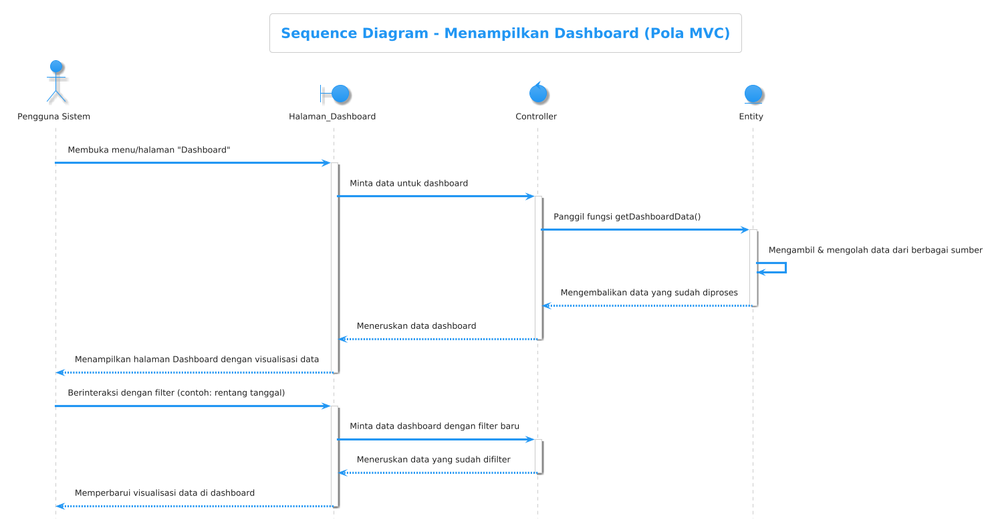
This is sequence/Dashboard/dashboard.png from Mrmgnt/diagram-kp, a PlantUML export, as it was before one commit.
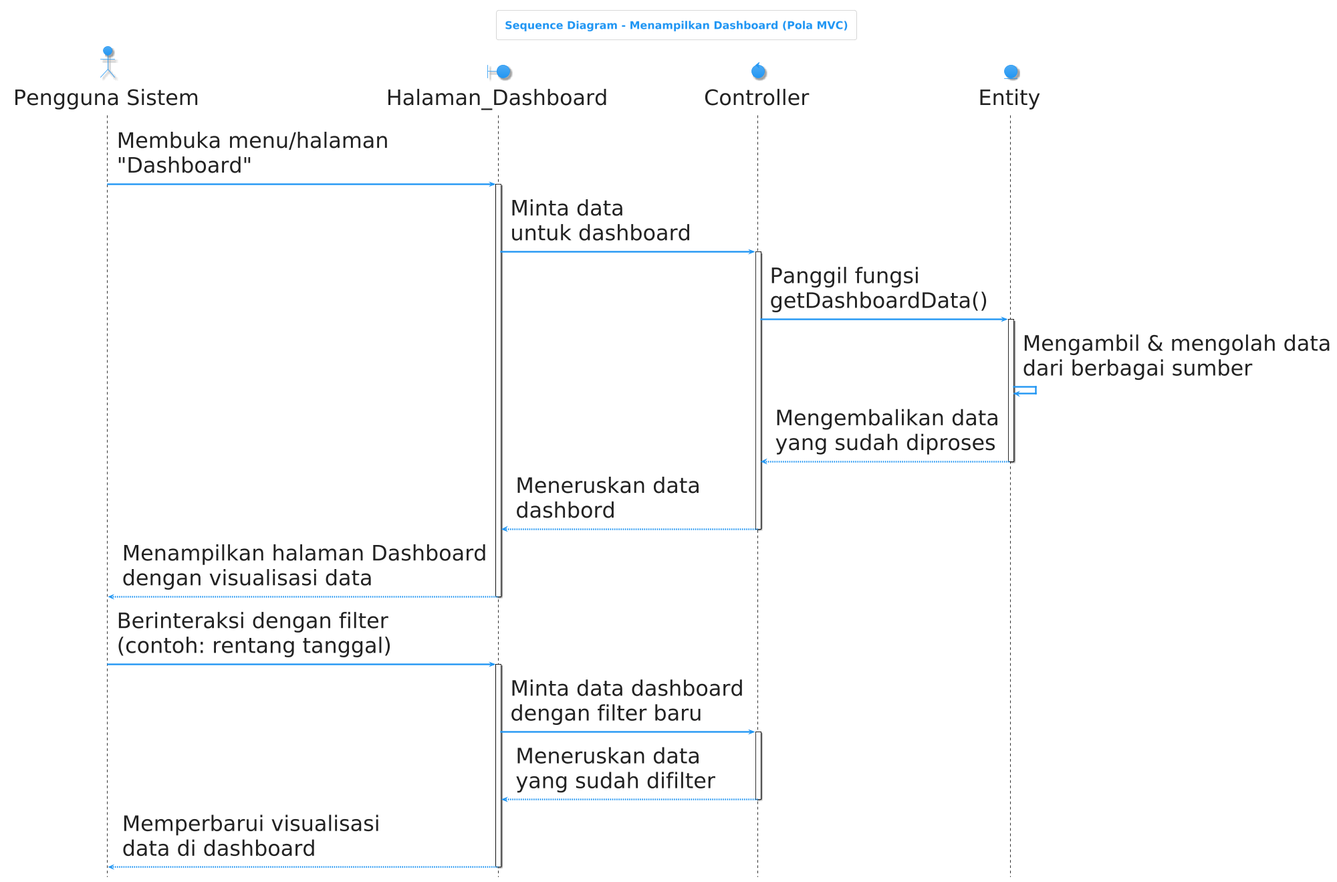
The same file after the commit.

What changed in the source:
```diff
@@ -1,5 +1,15 @@
 @startuml
 !theme materia
+scale max 1920 width
+skinparam defaultFontSize 40
+skinparam ParticipantPadding 30
+skinparam BoxPadding 40
+skinparam ActorPadding 20
+skinparam ActorFontSize 40
+skinparam ParticipantFontSize 40
+skinparam SequenceParticipantBorderThickness 2
+skinparam SequenceLifeLineBorderColor Black
+skinparam SequenceLifeLineBorderThickness 2
 
 title Sequence Diagram - Menampilkan Dashboard (Pola MVC)
 hide footbox
@@ -9,32 +19,32 @@
 control "Controller" as Controller
 entity "Entity" as Entity
 
-Pengguna -> Halaman_Dashboard: Membuka menu/halaman "Dashboard"
+Pengguna -> Halaman_Dashboard: Membuka menu/halaman\n"Dashboard"
 activate Halaman_Dashboard
 
-Halaman_Dashboard -> Controller: Minta data untuk dashboard
+Halaman_Dashboard -> Controller: Minta data\nuntuk dashboard
 activate Controller
 
-Controller -> Entity: Panggil fungsi getDashboardData()
+Controller -> Entity: Panggil fungsi\ngetDashboardData()
 activate Entity
-Entity -> Entity: Mengambil & mengolah data dari berbagai sumber
-Entity --> Controller: Mengembalikan data yang sudah diproses
+Entity -> Entity: Mengambil & mengolah data\ndari berbagai sumber
+Entity --> Controller: Mengembalikan data\nyang sudah diproses
 deactivate Entity
 
-Controller --> Halaman_Dashboard: Meneruskan data dashboard
+Controller --> Halaman_Dashboard: Meneruskan data\ndashbord
 deactivate Controller
 
-Halaman_Dashboard --> Pengguna: Menampilkan halaman Dashboard dengan visualisasi data
+Halaman_Dashboard --> Pengguna: Menampilkan halaman Dashboard\ndengan visualisasi data
 deactivate Halaman_Dashboard
 
-Pengguna -> Halaman_Dashboard: Berinteraksi dengan filter (contoh: rentang tanggal)
+Pengguna -> Halaman_Dashboard: Berinteraksi dengan filter\n(contoh: rentang tanggal)
 activate Halaman_Dashboard
 
-Halaman_Dashboard -> Controller: Minta data dashboard dengan filter baru
+Halaman_Dashboard -> Controller: Minta data dashboard\ndengan filter baru
 activate Controller
-Controller --> Halaman_Dashboard: Meneruskan data yang sudah difilter
+Controller --> Halaman_Dashboard: Meneruskan data\nyang sudah difilter
 deactivate Controller
 
-Halaman_Dashboard --> Pengguna: Memperbarui visualisasi data di dashboard
+Halaman_Dashboard --> Pengguna: Memperbarui visualisasi\ndata di dashboard
 deactivate Halaman_Dashboard
 @enduml
```
